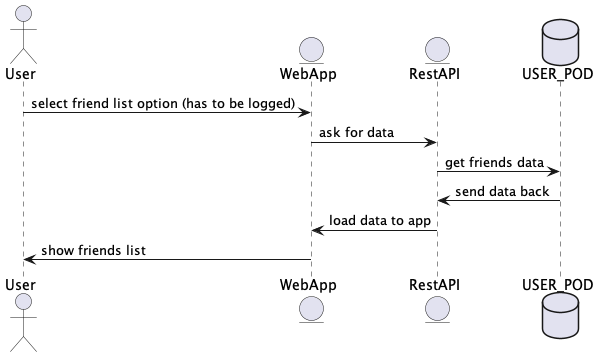
Above: images/Friends list diagram.png in Arquisoft/lomap_es5c (PlantUML), before the change.
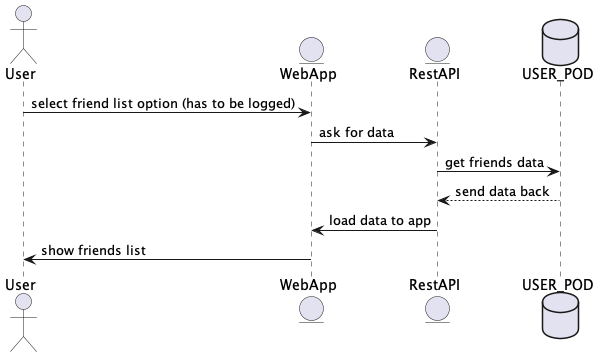
The same file after the commit.

Change to the diagram source:
```diff
@@ -7,7 +7,7 @@
 User -> EntityWeb: select friend list option (has to be logged)
 EntityWeb -> EntityRest: ask for data
 EntityRest -> Pod: get friends data
-Pod -> EntityRest: send data back
+Pod --> EntityRest: send data back
 EntityRest -> EntityWeb: load data to app
 EntityWeb -> User: show friends list
 @enduml
```
